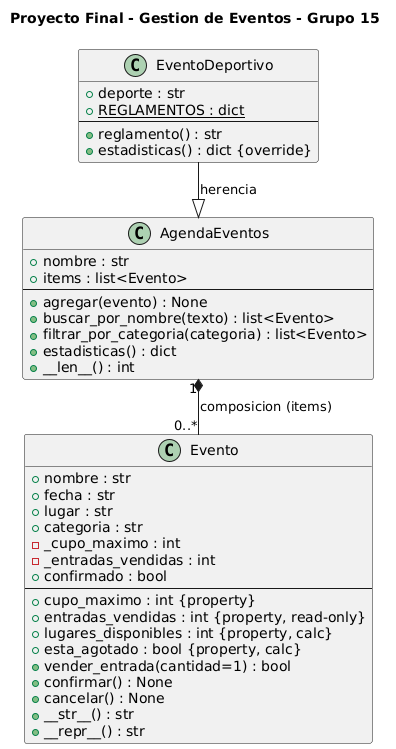
This is diagrama_G15.png from eliasss3990/paradigmas_final, a PlantUML export, as it was before one commit.
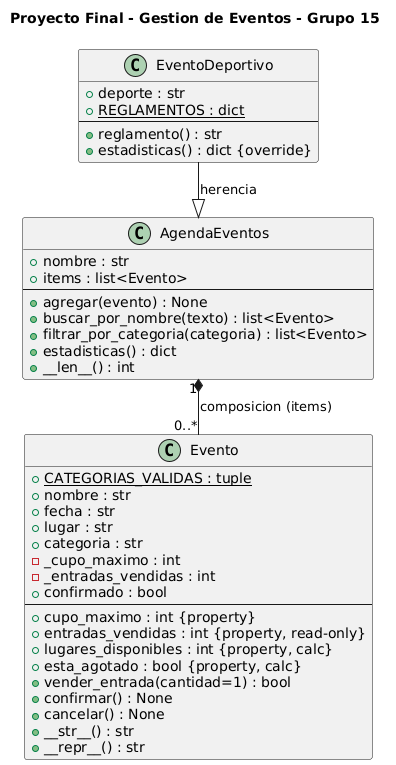
The same diagram one commit later.

Commit message:
docs: lista opcion vender en la doc y agrega CATEGORIAS_VALIDAS al UML

What changed in the source:
```diff
@@ -3,6 +3,7 @@
 title Proyecto Final - Gestion de Eventos - Grupo 15
 
 class Evento {
+  + {static} CATEGORIAS_VALIDAS : tuple
   + nombre : str
   + fecha : str
   + lugar : str
```
